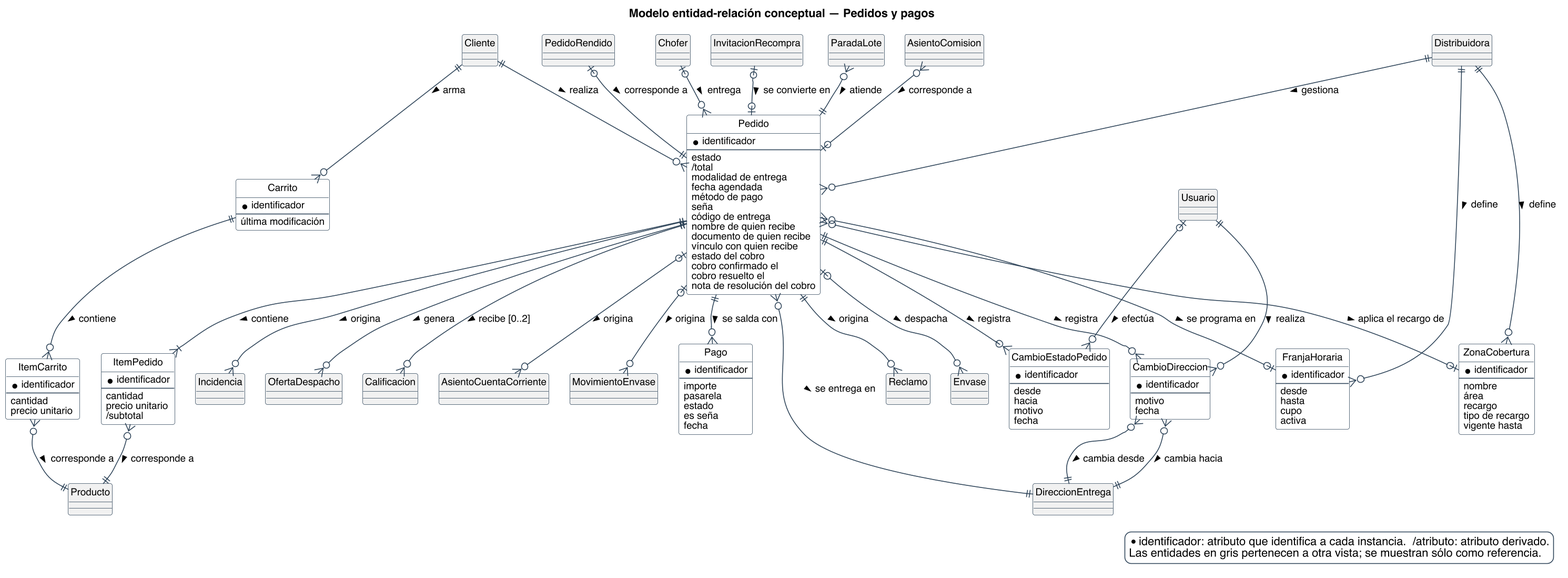
The PlantUML diagram diagramas/base-de-datos/conceptual/SPLG-der-02-pedidos-y-pagos.png in Nahuelito-Dev/splg-docs, before a commit.
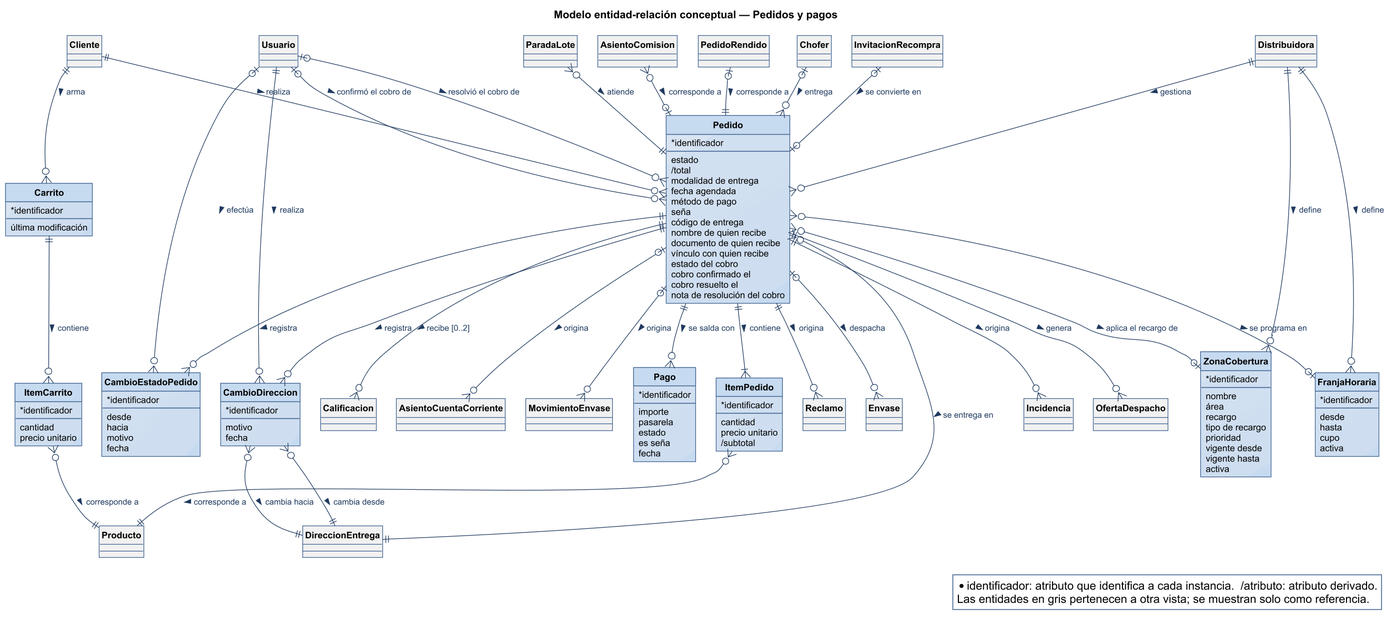
The same diagram one commit later.

What changed in the source:
```diff
@@ -1,16 +1,6 @@
 @startuml
 title Modelo entidad-relación conceptual — Pedidos y pagos
-skinparam backgroundColor #FFFFFF
-skinparam shadowing false
-skinparam defaultFontName Helvetica
-skinparam defaultFontSize 12
-skinparam dpi 150
-skinparam class {
-  BorderColor #2C4257
-  BackgroundColor #FFFFFF
-  ArrowColor #2C4257
-  FontSize 12
-}
+!include ../../estilo-vp.iuml
 skinparam entity<<ajena>> {
   BackgroundColor #F1F1F1
   BorderColor #8A97A3
@@ -18,14 +8,12 @@
 }
 skinparam class<<propuesto>> {
   BorderColor #1F5E8C
-  BackgroundColor #E4EDF4
+  BackgroundColor #FFF6D9
 }
 skinparam entity<<propuesto>> {
   BorderColor #1F5E8C
-  BackgroundColor #E4EDF4
+  BackgroundColor #FFF6D9
 }
-skinparam legendBackgroundColor #FFFFFF
-skinparam legendBorderColor #2C4257
 
 hide circle
 
@@ -89,7 +77,10 @@
   {field} área
   {field} recargo
   {field} tipo de recargo
+  {field} prioridad
+  {field} vigente desde
   {field} vigente hasta
+  {field} activa
 }
 entity FranjaHoraria {
   * identificador
@@ -174,9 +165,11 @@
 Pedido |o--o{ AsientoCuentaCorriente : origina >
 Pedido |o--o{ MovimientoEnvase : origina >
 PedidoRendido |o--|| Pedido : corresponde a >
+Usuario |o--o{ Pedido : confirmó el cobro de >
+Usuario |o--o{ Pedido : resolvió el cobro de >
 
 legend bottom right
   * identificador: atributo que identifica a cada instancia.  /atributo: atributo derivado.
-  Las entidades en gris pertenecen a otra vista; se muestran sólo como referencia.
+  Las entidades en gris pertenecen a otra vista; se muestran solo como referencia.
 endlegend
 @enduml
```
